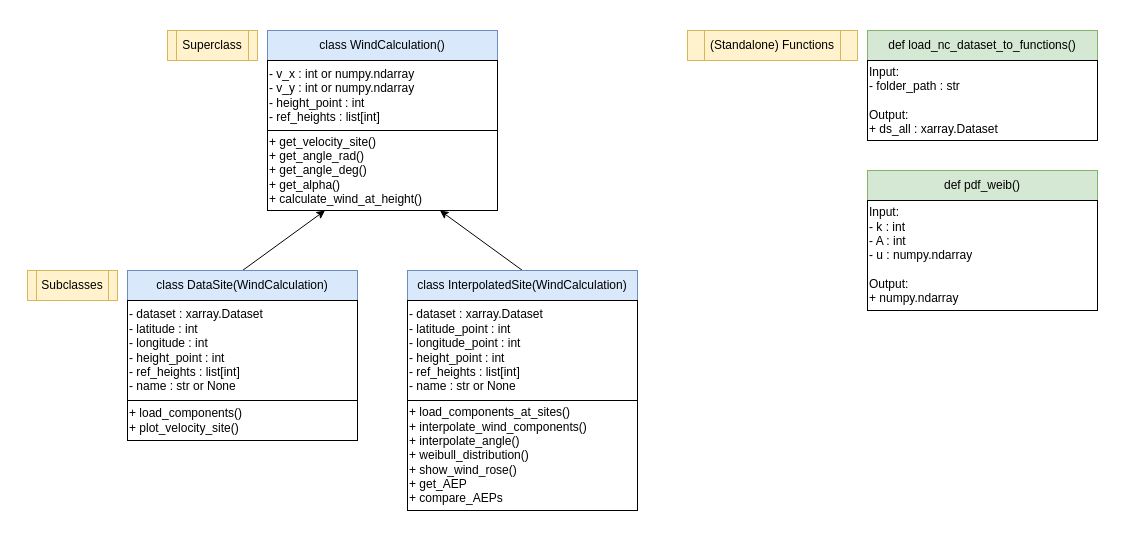
Above: page "Overview" (1 of 3) of diagrams/FunctionDiagram.drawio in DTUWindEducation/final-project-grustlers (draw.io), before the change. Source tidied: cells renumbered, new cells numbered last; positions are measured from the earlier drawing's top-left corner, leaving out a move shared by most shapes. Both pictures are drawn from the tidied source at 100%, with x=0, y=0 at pixel (17, 16).
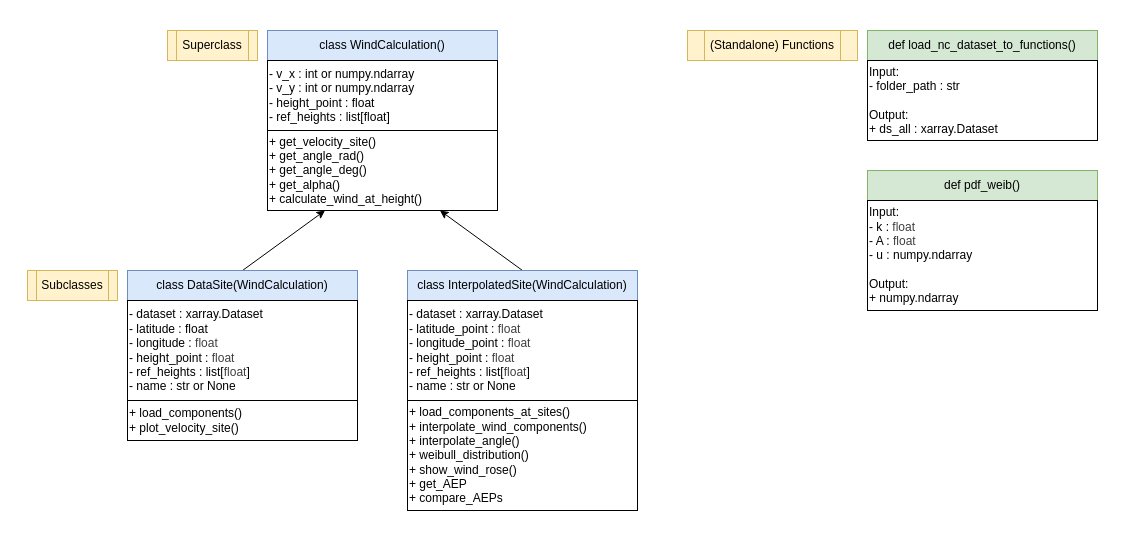
After the change.

Change to the diagram source:
```diff
@@
-    <mxCell id="4" value="- v_x : int or numpy.ndarray&lt;div&gt;- v_y : int or numpy.ndarray&lt;/div&gt;&lt;div&gt;- height_point : int&lt;/div&gt;&lt;div&gt;- ref_heights : list[int]&lt;/div&gt;" style="rounded=0;whiteSpace=wrap;html=1;align=left;" parent="1" vertex="1">
+    <mxCell id="4" value="- v_x : int or numpy.ndarray&lt;div&gt;- v_y : int or numpy.ndarray&lt;/div&gt;&lt;div&gt;- height_point : float&lt;/div&gt;&lt;div&gt;- ref_heights : list[float]&lt;/div&gt;" style="rounded=0;whiteSpace=wrap;html=1;align=left;" parent="1" vertex="1">
       <mxGeometry x="250" y="44" width="230" height="70" as="geometry" />
     </mxCell>
@@
-    <mxCell id="10" value="&lt;div&gt;- dataset :&amp;nbsp;xarray.Dataset&lt;/div&gt;&lt;div&gt;- latitude : int&lt;/div&gt;&lt;div&gt;- longitude : int&lt;/div&gt;&lt;span style=&quot;background-color: transparent;&quot;&gt;- height_point : int&lt;/span&gt;&lt;div&gt;- ref_heights : list[int]&lt;/div&gt;&lt;div&gt;- name : str or None&lt;/div&gt;" style="rounded=0;whiteSpace=wrap;html=1;align=left;" parent="1" vertex="1">
+    <mxCell id="10" value="&lt;div&gt;- dataset :&amp;nbsp;xarray.Dataset&lt;/div&gt;&lt;div&gt;- latitude : float&lt;/div&gt;&lt;div&gt;- longitude :&amp;nbsp;&lt;span style=&quot;color: rgb(63, 63, 63); background-color: transparent;&quot;&gt;float&lt;/span&gt;&lt;/div&gt;&lt;span style=&quot;background-color: transparent;&quot;&gt;- height_point :&amp;nbsp;&lt;/span&gt;&lt;span style=&quot;color: rgb(63, 63, 63);&quot;&gt;float&lt;/span&gt;&lt;div&gt;- ref_heights : list[&lt;span style=&quot;color: rgb(63, 63, 63);&quot;&gt;float&lt;/span&gt;]&lt;/div&gt;&lt;div&gt;- name : str or None&lt;/div&gt;" style="rounded=0;whiteSpace=wrap;html=1;align=left;" parent="1" vertex="1">
       <mxGeometry x="110" y="284" width="230" height="100" as="geometry" />
     </mxCell>
@@
-    <mxCell id="14" value="&lt;div&gt;- dataset :&amp;nbsp;xarray.Dataset&lt;/div&gt;&lt;div&gt;- latitude_point : int&lt;/div&gt;&lt;div&gt;- longitude_point : int&lt;/div&gt;&lt;span style=&quot;background-color: transparent;&quot;&gt;- height_point : int&lt;/span&gt;&lt;div&gt;- ref_heights : list[int]&lt;/div&gt;&lt;div&gt;- name : str or None&lt;/div&gt;" style="rounded=0;whiteSpace=wrap;html=1;align=left;" parent="1" vertex="1">
+    <mxCell id="14" value="&lt;div&gt;- dataset :&amp;nbsp;xarray.Dataset&lt;/div&gt;&lt;div&gt;- latitude_point :&amp;nbsp;&lt;span style=&quot;color: rgb(63, 63, 63); background-color: transparent;&quot;&gt;float&lt;/span&gt;&lt;/div&gt;&lt;div&gt;- longitude_point :&amp;nbsp;&lt;span style=&quot;color: rgb(63, 63, 63); background-color: transparent;&quot;&gt;float&lt;/span&gt;&lt;/div&gt;&lt;span style=&quot;background-color: transparent;&quot;&gt;- height_point :&amp;nbsp;&lt;/span&gt;&lt;span style=&quot;color: rgb(63, 63, 63);&quot;&gt;float&lt;/span&gt;&lt;div&gt;- ref_heights : list[&lt;span style=&quot;color: rgb(63, 63, 63);&quot;&gt;float&lt;/span&gt;]&lt;/div&gt;&lt;div&gt;- name : str or None&lt;/div&gt;" style="rounded=0;whiteSpace=wrap;html=1;align=left;" parent="1" vertex="1">
       <mxGeometry x="390" y="284" width="230" height="100" as="geometry" />
     </mxCell>
@@
-    <mxCell id="20" value="&lt;div&gt;Input:&lt;/div&gt;- k : int&lt;div&gt;&lt;font color=&quot;#000000&quot;&gt;- A : int&lt;/font&gt;&lt;/div&gt;&lt;div&gt;&lt;font color=&quot;#000000&quot;&gt;- u : numpy.ndarray&lt;br&gt;&lt;/font&gt;&lt;div&gt;&lt;br&gt;&lt;/div&gt;&lt;div&gt;Output:&lt;/div&gt;&lt;div&gt;+&amp;nbsp;&lt;span style=&quot;color: rgb(0, 0, 0); background-color: transparent;&quot;&gt;numpy.ndarray&lt;/span&gt;&lt;/div&gt;&lt;/div&gt;" style="rounded=0;whiteSpace=wrap;html=1;align=left;" parent="1" vertex="1">
+    <mxCell id="20" value="&lt;div&gt;Input:&lt;/div&gt;- k :&amp;nbsp;&lt;span style=&quot;color: rgb(63, 63, 63);&quot;&gt;float&lt;/span&gt;&lt;div&gt;&lt;font color=&quot;#000000&quot;&gt;- A :&amp;nbsp;&lt;/font&gt;&lt;span style=&quot;color: rgb(63, 63, 63); background-color: transparent;&quot;&gt;float&lt;/span&gt;&lt;/div&gt;&lt;div&gt;&lt;font color=&quot;#000000&quot;&gt;- u : numpy.ndarray&lt;br&gt;&lt;/font&gt;&lt;div&gt;&lt;br&gt;&lt;/div&gt;&lt;div&gt;Output:&lt;/div&gt;&lt;div&gt;+&amp;nbsp;&lt;span style=&quot;color: rgb(0, 0, 0); background-color: transparent;&quot;&gt;numpy.ndarray&lt;/span&gt;&lt;/div&gt;&lt;/div&gt;" style="rounded=0;whiteSpace=wrap;html=1;align=left;" parent="1" vertex="1">
       <mxGeometry x="850" y="184" width="230" height="110" as="geometry" />
     </mxCell>
```
